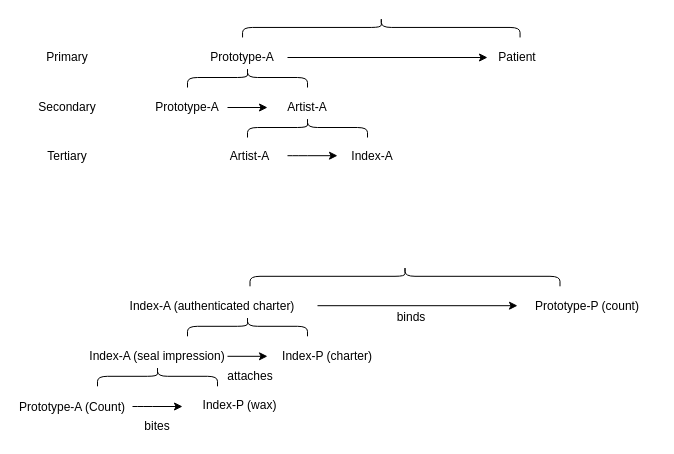
matthewsillence/art_agency keeps this draw.io diagram as Untitled Diagram.drawio. Above is the earlier version. Source tidied: cells renumbered, new cells numbered last; positions are measured from the earlier drawing's top-left corner, leaving out a move shared by most shapes. Both pictures are drawn from the tidied source at 100%, with x=0, y=0 at pixel (17, -112).
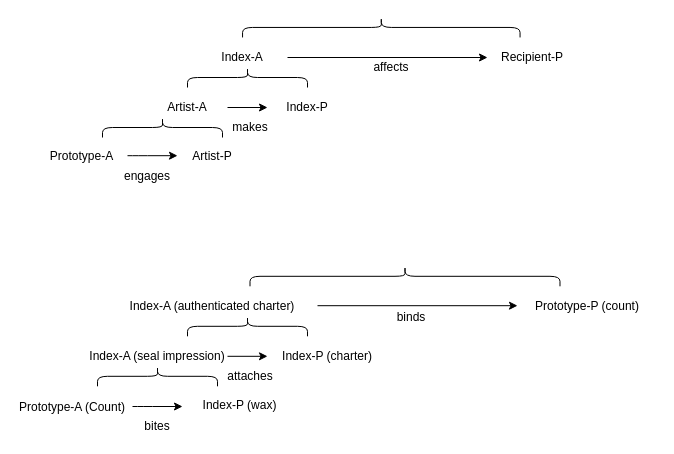
Above is the later version.

The edit, as a diff of the source:
```diff
@@
-    <mxCell id="3" value="Prototype-A" style="text;html=1;strokeColor=none;fillColor=none;align=center;verticalAlign=middle;whiteSpace=wrap;rounded=0;" parent="1" vertex="1">
+    <mxCell id="3" value="Index-A" style="text;html=1;strokeColor=none;fillColor=none;align=center;verticalAlign=middle;whiteSpace=wrap;rounded=0;" parent="1" vertex="1">
       <mxGeometry x="190" y="159" width="70" height="20" as="geometry" />
     </mxCell>
-    <mxCell id="4" value="Patient" style="text;html=1;strokeColor=none;fillColor=none;align=center;verticalAlign=middle;whiteSpace=wrap;rounded=0;" parent="1" vertex="1">
-      <mxGeometry x="480" y="159" width="40" height="20" as="geometry" />
+    <mxCell id="4" value="Recipient-P" style="text;html=1;strokeColor=none;fillColor=none;align=center;verticalAlign=middle;whiteSpace=wrap;rounded=0;" parent="1" vertex="1">
+      <mxGeometry x="470" y="159" width="90" height="20" as="geometry" />
     </mxCell>
@@
-    <mxCell id="6" value="Prototype-A" style="text;html=1;strokeColor=none;fillColor=none;align=center;verticalAlign=middle;whiteSpace=wrap;rounded=0;" parent="1" vertex="1">
+    <mxCell id="6" value="Artist-A" style="text;html=1;strokeColor=none;fillColor=none;align=center;verticalAlign=middle;whiteSpace=wrap;rounded=0;" parent="1" vertex="1">
       <mxGeometry x="135" y="209" width="70" height="20" as="geometry" />
     </mxCell>
-    <mxCell id="7" value="Artist-A" style="text;html=1;strokeColor=none;fillColor=none;align=center;verticalAlign=middle;whiteSpace=wrap;rounded=0;" parent="1" vertex="1">
+    <mxCell id="7" value="Index-P" style="text;html=1;strokeColor=none;fillColor=none;align=center;verticalAlign=middle;whiteSpace=wrap;rounded=0;" parent="1" vertex="1">
       <mxGeometry x="260" y="209" width="60" height="20" as="geometry" />
     </mxCell>
     <mxCell id="8" style="shape=curlyBracket;whiteSpace=wrap;html=1;rounded=1;rotation=90;" parent="1" vertex="1">
-      <mxGeometry x="280" y="179" width="20" height="120" as="geometry" />
+      <mxGeometry x="135" y="179" width="20" height="120" as="geometry" />
     </mxCell>
-    <mxCell id="9" value="Artist-A" style="text;html=1;strokeColor=none;fillColor=none;align=center;verticalAlign=middle;whiteSpace=wrap;rounded=0;" parent="1" vertex="1">
-      <mxGeometry x="205" y="257.8" width="55" height="20" as="geometry" />
+    <mxCell id="9" value="Prototype-A" style="text;html=1;strokeColor=none;fillColor=none;align=center;verticalAlign=middle;whiteSpace=wrap;rounded=0;" parent="1" vertex="1">
+      <mxGeometry x="27.5" y="257.8" width="72.5" height="20" as="geometry" />
     </mxCell>
-    <mxCell id="10" value="Index-A" style="text;html=1;strokeColor=none;fillColor=none;align=center;verticalAlign=middle;whiteSpace=wrap;rounded=0;" parent="1" vertex="1">
-      <mxGeometry x="330" y="257.8" width="50" height="20" as="geometry" />
+    <mxCell id="10" value="Artist-P" style="text;html=1;strokeColor=none;fillColor=none;align=center;verticalAlign=middle;whiteSpace=wrap;rounded=0;" parent="1" vertex="1">
+      <mxGeometry x="170" y="257.8" width="50" height="20" as="geometry" />
     </mxCell>
@@
     <mxCell id="12" style="endArrow=classic;html=1;" parent="1" edge="1">
       <mxGeometry relative="1" as="geometry">
-        <mxPoint x="270" y="267.2" as="sourcePoint" />
-        <mxPoint x="320" y="267.2" as="targetPoint" />
+        <mxPoint x="110" y="267.2" as="sourcePoint" />
+        <mxPoint x="160" y="267.2" as="targetPoint" />
         <Array as="points">
-          <mxPoint x="280" y="267.2" />
+          <mxPoint x="120" y="267.2" />
         </Array>
       </mxGeometry>
     </mxCell>
@@
-    <mxCell id="14" value="Primary" style="text;html=1;strokeColor=none;fillColor=none;align=center;verticalAlign=middle;whiteSpace=wrap;rounded=0;" parent="1" vertex="1">
-      <mxGeometry x="30" y="159" width="40" height="20" as="geometry" />
-    </mxCell>
-    <mxCell id="15" value="Secondary" style="text;html=1;strokeColor=none;fillColor=none;align=center;verticalAlign=middle;whiteSpace=wrap;rounded=0;" parent="1" vertex="1">
-      <mxGeometry x="30" y="209" width="40" height="20" as="geometry" />
-    </mxCell>
-    <mxCell id="16" value="Tertiary" style="text;html=1;strokeColor=none;fillColor=none;align=center;verticalAlign=middle;whiteSpace=wrap;rounded=0;" parent="1" vertex="1">
-      <mxGeometry x="30" y="257.8" width="40" height="20" as="geometry" />
-    </mxCell>
@@
+    <mxCell id="32" value="engages" style="text;html=1;strokeColor=none;fillColor=none;align=center;verticalAlign=middle;whiteSpace=wrap;rounded=0;" parent="1" vertex="1">
+      <mxGeometry x="110" y="277.8" width="40" height="20" as="geometry" />
+    </mxCell>
+    <mxCell id="33" value="makes" style="text;html=1;strokeColor=none;fillColor=none;align=center;verticalAlign=middle;whiteSpace=wrap;rounded=0;" parent="1" vertex="1">
+      <mxGeometry x="212.5" y="229" width="40" height="20" as="geometry" />
+    </mxCell>
+    <mxCell id="34" value="affects" style="text;html=1;strokeColor=none;fillColor=none;align=center;verticalAlign=middle;whiteSpace=wrap;rounded=0;" parent="1" vertex="1">
+      <mxGeometry x="353.8" y="169" width="40" height="20" as="geometry" />
+    </mxCell>
```
